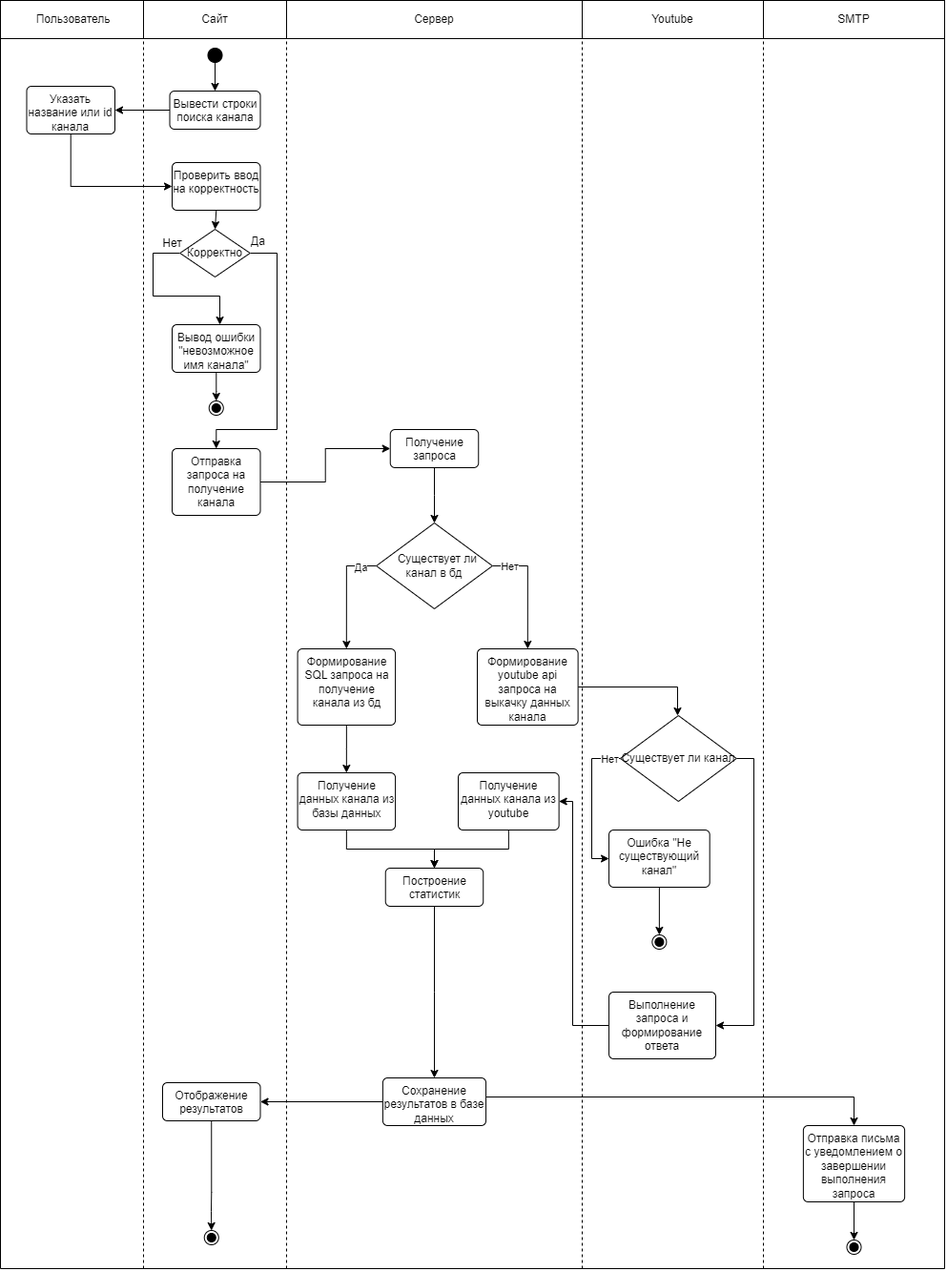
Hembos/YoutubeAnalytics keeps this draw.io diagram as docs/images/functional_diagram1.png. Above is the earlier version. Source tidied: cells renumbered, new cells last; positions are measured from the earlier drawing's top-left corner, leaving out a move shared by most shapes.
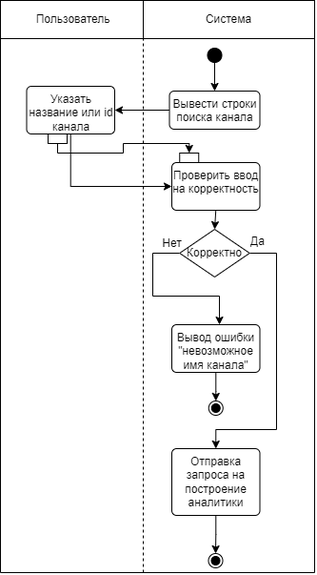
The same file after the commit.

Change to the diagram source:
```diff
@@ -5,39 +5,31 @@
     <mxCell id="2" value="&amp;nbsp;Пользователь" style="whiteSpace=wrap;html=1;align=center;" parent="1" vertex="1">
       <mxGeometry width="150" height="40" as="geometry" />
     </mxCell>
-    <mxCell id="3" value="Сайт" style="whiteSpace=wrap;html=1;align=center;" parent="1" vertex="1">
-      <mxGeometry x="150" width="150" height="40" as="geometry" />
-    </mxCell>
-    <mxCell id="4" value="Сервер" style="whiteSpace=wrap;html=1;align=center;" parent="1" vertex="1">
-      <mxGeometry x="300" width="310" height="40" as="geometry" />
-    </mxCell>
-    <mxCell id="5" style="endArrow=none;dashed=1;html=1;rounded=0;entryX=0;entryY=1;entryDx=0;entryDy=0;" parent="1" edge="1" target="3">
-      <mxGeometry relative="1" as="geometry">
-        <mxPoint x="150" y="1330" as="sourcePoint" />
-      </mxGeometry>
-    </mxCell>
-    <mxCell id="6" style="endArrow=none;dashed=1;html=1;rounded=0;entryX=1;entryY=1;entryDx=0;entryDy=0;" parent="1" edge="1">
-      <mxGeometry relative="1" as="geometry">
-        <mxPoint x="300" y="1330" as="sourcePoint" />
-        <mxPoint x="300" y="40" as="targetPoint" />
-      </mxGeometry>
-    </mxCell>
-    <mxCell id="7" style="endArrow=none;html=1;rounded=0;entryX=0;entryY=1;entryDx=0;entryDy=0;" parent="1" edge="1" target="2">
-      <mxGeometry relative="1" as="geometry">
-        <mxPoint y="1330" as="sourcePoint" />
-      </mxGeometry>
-    </mxCell>
-    <mxCell id="8" style="endArrow=none;html=1;rounded=0;entryX=1;entryY=1;entryDx=0;entryDy=0;" parent="1" edge="1" target="64">
-      <mxGeometry relative="1" as="geometry">
-        <mxPoint x="990" y="1330" as="sourcePoint" />
-      </mxGeometry>
-    </mxCell>
-    <mxCell id="9" style="edgeStyle=orthogonalEdgeStyle;rounded=0;jettySize=auto;html=1;" parent="1" edge="1" source="10" target="12">
-      <mxGeometry relative="1" as="geometry" />
-    </mxCell>
-    <mxCell id="10" style="ellipse;fillColor=strokeColor;html=1;" parent="1" vertex="1">
-      <mxGeometry x="217.5" y="50" width="15" height="15" as="geometry" />
-    </mxCell>
+    <mxCell id="67" value="Система" style="whiteSpace=wrap;html=1;align=center;" parent="1" vertex="1">
+      <mxGeometry x="150" width="180" height="40" as="geometry" />
+    </mxCell>
+    <mxCell id="68" style="endArrow=none;dashed=1;html=1;rounded=0;entryX=0;entryY=1;entryDx=0;entryDy=0;" parent="1" edge="1">
+      <mxGeometry relative="1" as="geometry">
+        <mxPoint x="150" y="600" as="sourcePoint" />
+        <mxPoint x="150" y="40" as="targetPoint" />
+      </mxGeometry>
+    </mxCell>
+    <mxCell id="69" style="endArrow=none;html=1;rounded=0;entryX=0;entryY=1;entryDx=0;entryDy=0;" parent="1" edge="1" target="2">
+      <mxGeometry relative="1" as="geometry">
+        <mxPoint y="600" as="sourcePoint" />
+      </mxGeometry>
+    </mxCell>
+    <mxCell id="70" style="endArrow=none;html=1;rounded=0;entryX=1;entryY=1;entryDx=0;entryDy=0;" parent="1" edge="1" target="67">
+      <mxGeometry relative="1" as="geometry">
+        <mxPoint x="330" y="600" as="sourcePoint" />
+      </mxGeometry>
+    </mxCell>
+    <mxCell id="71" style="edgeStyle=orthogonalEdgeStyle;rounded=0;jettySize=auto;html=1;" parent="1" edge="1" source="72" target="12">
+      <mxGeometry relative="1" as="geometry" />
+    </mxCell>
+    <mxCell id="72" style="ellipse;fillColor=strokeColor;html=1;" parent="1" vertex="1">
+      <mxGeometry x="217.5" y="50" width="15" height="15" as="geometry" />
+    </mxCell>
     <mxCell id="11" style="edgeStyle=orthogonalEdgeStyle;rounded=0;jettySize=auto;html=1;entryX=1;entryY=0.5;entryDx=0;entryDy=0;" parent="1" edge="1" source="12" target="14">
       <mxGeometry relative="1" as="geometry" />
     </mxCell>
@@ -69,201 +61,63 @@
         </Array>
       </mxGeometry>
     </mxCell>
-    <mxCell id="18" style="edgeStyle=orthogonalEdgeStyle;rounded=0;jettySize=auto;html=1;entryX=0.5;entryY=0;entryDx=0;entryDy=0;" parent="1" edge="1" source="19" target="24">
-      <mxGeometry relative="1" as="geometry">
-        <Array as="points">
-          <mxPoint x="290" y="265" />
-          <mxPoint x="290" y="450" />
-          <mxPoint x="226" y="450" />
-        </Array>
-      </mxGeometry>
-    </mxCell>
+    <mxCell id="73" style="edgeStyle=orthogonalEdgeStyle;rounded=0;jettySize=auto;html=1;entryX=0.5;entryY=0;entryDx=0;entryDy=0;" parent="1" edge="1" source="19" target="77">
+      <mxGeometry relative="1" as="geometry">
+        <Array as="points">
+          <mxPoint x="290" y="265" />
+          <mxPoint x="290" y="450" />
+          <mxPoint x="226" y="450" />
+        </Array>
+      </mxGeometry>
+    </mxCell>
     <mxCell id="19" value="Корректно" style="rhombus;whiteSpace=wrap;html=1;" parent="1" vertex="1">
       <mxGeometry x="188.2" y="240" width="73.5" height="50" as="geometry" />
     </mxCell>
-    <mxCell id="20" style="edgeStyle=orthogonalEdgeStyle;rounded=0;jettySize=auto;html=1;" parent="1" edge="1" source="21" target="22">
-      <mxGeometry relative="1" as="geometry" />
-    </mxCell>
+    <mxCell id="74" style="edgeStyle=orthogonalEdgeStyle;rounded=0;jettySize=auto;html=1;" parent="1" edge="1" source="21" target="75">
+      <mxGeometry relative="1" as="geometry" />
+    </mxCell>
     <mxCell id="21" value="Вывод ошибки &quot;невозможное имя канала&quot;" style="html=1;align=center;verticalAlign=top;rounded=1;absoluteArcSize=1;arcSize=10;dashed=0;whiteSpace=wrap;" parent="1" vertex="1">
       <mxGeometry x="180" y="340" width="92.5" height="50" as="geometry" />
     </mxCell>
-    <mxCell id="22" style="ellipse;html=1;shape=endState;fillColor=strokeColor;" parent="1" vertex="1">
-      <mxGeometry x="218.8" y="420" width="15" height="15" as="geometry" />
-    </mxCell>
-    <mxCell id="23" style="edgeStyle=orthogonalEdgeStyle;rounded=0;jettySize=auto;html=1;entryX=0;entryY=0.5;entryDx=0;entryDy=0;" parent="1" edge="1" source="24" target="28">
-      <mxGeometry relative="1" as="geometry" />
-    </mxCell>
-    <mxCell id="24" value="Отправка запроса на получение канала" style="html=1;align=center;verticalAlign=top;rounded=1;absoluteArcSize=1;arcSize=10;dashed=0;whiteSpace=wrap;" parent="1" vertex="1">
-      <mxGeometry x="180" y="470" width="92.5" height="70" as="geometry" />
-    </mxCell>
+    <mxCell id="75" style="ellipse;html=1;shape=endState;fillColor=strokeColor;" parent="1" vertex="1">
+      <mxGeometry x="218.8" y="420" width="15" height="15" as="geometry" />
+    </mxCell>
+    <mxCell id="76" style="edgeStyle=orthogonalEdgeStyle;rounded=0;jettySize=auto;html=1;entryX=0.5;entryY=0;entryDx=0;entryDy=0;" parent="1" edge="1" source="77" target="82">
+      <mxGeometry relative="1" as="geometry" />
+    </mxCell>
+    <mxCell id="77" value="Отправка запроса на построение аналитики" style="html=1;align=center;verticalAlign=top;rounded=1;absoluteArcSize=1;arcSize=10;dashed=0;whiteSpace=wrap;" parent="1" vertex="1">
+      <mxGeometry x="180" y="470" width="92.5" height="70" as="geometry" />
+    </mxCell>
     <mxCell id="25" value="Нет" style="text;html=1;align=center;verticalAlign=middle;strokeColor=none;fillColor=none;" parent="1" vertex="1">
       <mxGeometry x="160" y="240" width="40" height="30" as="geometry" />
     </mxCell>
     <mxCell id="26" value="Да" style="text;html=1;align=center;verticalAlign=middle;strokeColor=none;fillColor=none;" parent="1" vertex="1">
       <mxGeometry x="250" y="238" width="40" height="30" as="geometry" />
     </mxCell>
-    <mxCell id="27" style="edgeStyle=orthogonalEdgeStyle;rounded=0;jettySize=auto;html=1;entryX=0.5;entryY=0;entryDx=0;entryDy=0;" parent="1" edge="1" source="28" target="35">
-      <mxGeometry relative="1" as="geometry" />
-    </mxCell>
-    <mxCell id="28" value="Получение запроса" style="html=1;align=center;verticalAlign=top;rounded=1;absoluteArcSize=1;arcSize=10;dashed=0;whiteSpace=wrap;" parent="1" vertex="1">
-      <mxGeometry x="408.8" y="450" width="92.5" height="40" as="geometry" />
-    </mxCell>
-    <mxCell id="29" style="edgeStyle=orthogonalEdgeStyle;rounded=0;jettySize=auto;html=1;entryX=0.5;entryY=0;entryDx=0;entryDy=0;" parent="1" edge="1" source="30" target="58">
-      <mxGeometry relative="1" as="geometry">
-        <Array as="points">
-          <mxPoint x="710" y="720" />
-          <mxPoint x="710" y="750" />
-        </Array>
-      </mxGeometry>
-    </mxCell>
-    <mxCell id="30" value="Формирование youtube api запроса на выкачку данных канала" style="html=1;align=center;verticalAlign=top;rounded=1;absoluteArcSize=1;arcSize=10;dashed=0;whiteSpace=wrap;" parent="1" vertex="1">
-      <mxGeometry x="500" y="680" width="105.6" height="80" as="geometry" />
-    </mxCell>
-    <mxCell id="31" style="edgeStyle=orthogonalEdgeStyle;rounded=0;jettySize=auto;html=1;exitX=0;exitY=0.5;exitDx=0;exitDy=0;entryX=0.5;entryY=0;entryDx=0;entryDy=0;" parent="1" edge="1" source="35" target="37">
-      <mxGeometry relative="1" as="geometry" />
-    </mxCell>
-    <mxCell id="32" value="Да" style="edgeLabel;html=1;align=center;verticalAlign=middle;" parent="31" vertex="1">
-      <mxGeometry x="-0.71" y="1" relative="1" as="geometry" />
-    </mxCell>
-    <mxCell id="33" style="edgeStyle=orthogonalEdgeStyle;rounded=0;jettySize=auto;html=1;entryX=0.5;entryY=0;entryDx=0;entryDy=0;" parent="1" edge="1" source="35" target="30">
-      <mxGeometry relative="1" as="geometry">
-        <Array as="points">
-          <mxPoint x="553" y="593" />
-        </Array>
-      </mxGeometry>
-    </mxCell>
-    <mxCell id="34" value="Нет" style="edgeLabel;html=1;align=center;verticalAlign=middle;" parent="33" vertex="1">
-      <mxGeometry x="-0.71" relative="1" as="geometry" />
-    </mxCell>
-    <mxCell id="35" value="&amp;nbsp; Существует ли канал в бд" style="rhombus;whiteSpace=wrap;html=1;" parent="1" vertex="1">
-      <mxGeometry x="394.1" y="548" width="121.8" height="90" as="geometry" />
-    </mxCell>
-    <mxCell id="36" style="edgeStyle=orthogonalEdgeStyle;rounded=0;jettySize=auto;html=1;entryX=0.5;entryY=0;entryDx=0;entryDy=0;" parent="1" edge="1" source="37" target="41">
-      <mxGeometry relative="1" as="geometry" />
-    </mxCell>
-    <mxCell id="37" value="Формирование SQL запроса на получение канала из бд" style="html=1;align=center;verticalAlign=top;rounded=1;absoluteArcSize=1;arcSize=10;dashed=0;whiteSpace=wrap;" parent="1" vertex="1">
-      <mxGeometry x="311.6" y="680" width="102.5" height="80" as="geometry" />
-    </mxCell>
-    <mxCell id="38" style="edgeStyle=orthogonalEdgeStyle;rounded=0;jettySize=auto;html=1;entryX=0.5;entryY=0;entryDx=0;entryDy=0;" parent="1" edge="1" source="39" target="43">
-      <mxGeometry relative="1" as="geometry" />
-    </mxCell>
-    <mxCell id="39" value="Получение данных канала из youtube" style="html=1;align=center;verticalAlign=top;rounded=1;absoluteArcSize=1;arcSize=10;dashed=0;whiteSpace=wrap;" parent="1" vertex="1">
-      <mxGeometry x="480" y="810" width="105.6" height="60" as="geometry" />
-    </mxCell>
-    <mxCell id="40" style="edgeStyle=orthogonalEdgeStyle;rounded=0;jettySize=auto;html=1;entryX=0.5;entryY=0;entryDx=0;entryDy=0;" parent="1" edge="1" source="41" target="43">
-      <mxGeometry relative="1" as="geometry" />
-    </mxCell>
-    <mxCell id="41" value="Получение данных канала из базы данных" style="html=1;align=center;verticalAlign=top;rounded=1;absoluteArcSize=1;arcSize=10;dashed=0;whiteSpace=wrap;" parent="1" vertex="1">
-      <mxGeometry x="311.6" y="810" width="102.5" height="60" as="geometry" />
-    </mxCell>
-    <mxCell id="42" style="edgeStyle=orthogonalEdgeStyle;rounded=0;jettySize=auto;html=1;entryX=0.5;entryY=0;entryDx=0;entryDy=0;" parent="1" edge="1" source="43" target="50">
-      <mxGeometry relative="1" as="geometry" />
-    </mxCell>
-    <mxCell id="43" value="Построение статистик" style="html=1;align=center;verticalAlign=top;rounded=1;absoluteArcSize=1;arcSize=10;dashed=0;whiteSpace=wrap;" parent="1" vertex="1">
-      <mxGeometry x="403.7" y="910" width="102.5" height="40" as="geometry" />
-    </mxCell>
-    <mxCell id="44" style="edgeStyle=orthogonalEdgeStyle;rounded=0;jettySize=auto;html=1;" parent="1" edge="1" source="45" target="66">
-      <mxGeometry relative="1" as="geometry" />
-    </mxCell>
-    <mxCell id="45" value="Отправка письма с уведомлением о завершении выполнения запроса" style="html=1;align=center;verticalAlign=top;rounded=1;absoluteArcSize=1;arcSize=10;dashed=0;whiteSpace=wrap;" parent="1" vertex="1">
-      <mxGeometry x="841.9" y="1180" width="106.2" height="80" as="geometry" />
-    </mxCell>
-    <mxCell id="46" style="edgeStyle=orthogonalEdgeStyle;rounded=0;jettySize=auto;html=1;entryX=0.5;entryY=0;entryDx=0;entryDy=0;exitX=0.5;exitY=1;exitDx=0;exitDy=0;" parent="1" edge="1" source="47" target="51">
-      <mxGeometry relative="1" as="geometry">
-        <Array as="points">
-          <mxPoint x="221" y="1250" />
-          <mxPoint x="221" y="1270" />
-          <mxPoint x="225" y="1270" />
-        </Array>
-      </mxGeometry>
-    </mxCell>
-    <mxCell id="47" value="Отображение результатов" style="html=1;align=center;verticalAlign=top;rounded=1;absoluteArcSize=1;arcSize=10;dashed=0;whiteSpace=wrap;" parent="1" vertex="1">
-      <mxGeometry x="170" y="1135" width="102.5" height="40" as="geometry" />
-    </mxCell>
-    <mxCell id="48" style="edgeStyle=orthogonalEdgeStyle;rounded=0;jettySize=auto;html=1;entryX=0.5;entryY=0;entryDx=0;entryDy=0;" parent="1" edge="1" source="50" target="45">
-      <mxGeometry relative="1" as="geometry">
-        <Array as="points">
-          <mxPoint x="895" y="1150" />
-        </Array>
-      </mxGeometry>
-    </mxCell>
-    <mxCell id="49" style="edgeStyle=orthogonalEdgeStyle;rounded=0;jettySize=auto;html=1;entryX=1;entryY=0.5;entryDx=0;entryDy=0;" parent="1" edge="1" source="50" target="47">
-      <mxGeometry relative="1" as="geometry" />
-    </mxCell>
-    <mxCell id="50" value="Сохранение результатов в базе данных" style="html=1;align=center;verticalAlign=top;rounded=1;absoluteArcSize=1;arcSize=10;dashed=0;whiteSpace=wrap;" parent="1" vertex="1">
-      <mxGeometry x="400.9" y="1130" width="108.1" height="50" as="geometry" />
-    </mxCell>
-    <mxCell id="51" style="ellipse;html=1;shape=endState;fillColor=strokeColor;" parent="1" vertex="1">
-      <mxGeometry x="213.8" y="1290" width="15" height="15" as="geometry" />
-    </mxCell>
-    <mxCell id="52" style="endArrow=none;html=1;rounded=0;" parent="1" edge="1">
-      <mxGeometry relative="1" as="geometry">
-        <mxPoint y="1330" as="sourcePoint" />
-        <mxPoint x="990" y="1330" as="targetPoint" />
-      </mxGeometry>
-    </mxCell>
-    <mxCell id="53" value="Youtube" style="whiteSpace=wrap;html=1;align=center;" parent="1" vertex="1">
-      <mxGeometry x="610" width="190" height="40" as="geometry" />
-    </mxCell>
-    <mxCell id="54" style="endArrow=none;dashed=1;html=1;rounded=0;entryX=1;entryY=1;entryDx=0;entryDy=0;" parent="1" edge="1" target="53">
-      <mxGeometry relative="1" as="geometry">
-        <mxPoint x="800" y="1330" as="sourcePoint" />
-      </mxGeometry>
-    </mxCell>
-    <mxCell id="55" style="edgeStyle=orthogonalEdgeStyle;rounded=0;jettySize=auto;html=1;entryX=0;entryY=0.5;entryDx=0;entryDy=0;" parent="1" edge="1" source="58" target="60">
-      <mxGeometry relative="1" as="geometry">
-        <Array as="points">
-          <mxPoint x="620" y="795" />
-          <mxPoint x="620" y="900" />
-        </Array>
-      </mxGeometry>
-    </mxCell>
-    <mxCell id="56" value="Нет" style="edgeLabel;html=1;align=center;verticalAlign=middle;" parent="55" vertex="1">
-      <mxGeometry x="-0.88" y="1" relative="1" as="geometry">
-        <mxPoint x="-3" y="-1" as="offset" />
-      </mxGeometry>
-    </mxCell>
-    <mxCell id="57" style="edgeStyle=orthogonalEdgeStyle;rounded=0;jettySize=auto;html=1;entryX=1;entryY=0.5;entryDx=0;entryDy=0;" parent="1" edge="1" source="58" target="62">
-      <mxGeometry relative="1" as="geometry">
-        <Array as="points">
-          <mxPoint x="790" y="795" />
-          <mxPoint x="790" y="1075" />
-        </Array>
-      </mxGeometry>
-    </mxCell>
-    <mxCell id="58" value="Существует ли канал" style="rhombus;whiteSpace=wrap;html=1;" parent="1" vertex="1">
-      <mxGeometry x="650" y="750" width="121.8" height="90" as="geometry" />
-    </mxCell>
-    <mxCell id="59" style="edgeStyle=orthogonalEdgeStyle;rounded=0;jettySize=auto;html=1;entryX=0.5;entryY=0;entryDx=0;entryDy=0;" parent="1" edge="1" source="60" target="63">
-      <mxGeometry relative="1" as="geometry" />
-    </mxCell>
-    <mxCell id="60" value="Ошибка &quot;Не существующий канал&quot;" style="html=1;align=center;verticalAlign=top;rounded=1;absoluteArcSize=1;arcSize=10;dashed=0;whiteSpace=wrap;" parent="1" vertex="1">
-      <mxGeometry x="638.1" y="870" width="105.6" height="60" as="geometry" />
-    </mxCell>
-    <mxCell id="61" style="edgeStyle=orthogonalEdgeStyle;rounded=0;jettySize=auto;html=1;entryX=1;entryY=0.5;entryDx=0;entryDy=0;" parent="1" edge="1" source="62" target="39">
-      <mxGeometry relative="1" as="geometry">
-        <Array as="points">
-          <mxPoint x="600" y="1075" />
-          <mxPoint x="600" y="840" />
-        </Array>
-      </mxGeometry>
-    </mxCell>
-    <mxCell id="62" value="Выполнение запроса и формирование ответа" style="html=1;align=center;verticalAlign=top;rounded=1;absoluteArcSize=1;arcSize=10;dashed=0;whiteSpace=wrap;" parent="1" vertex="1">
-      <mxGeometry x="638.1" y="1040" width="111.9" height="70" as="geometry" />
-    </mxCell>
-    <mxCell id="63" style="ellipse;html=1;shape=endState;fillColor=strokeColor;" parent="1" vertex="1">
-      <mxGeometry x="683.4" y="980" width="15" height="15" as="geometry" />
-    </mxCell>
-    <mxCell id="64" value="SMTP" style="whiteSpace=wrap;html=1;align=center;" parent="1" vertex="1">
-      <mxGeometry x="800" width="190" height="40" as="geometry" />
-    </mxCell>
-    <mxCell id="65" style="endArrow=none;dashed=1;html=1;rounded=0;entryX=0;entryY=1;entryDx=0;entryDy=0;" parent="1" edge="1" target="53">
-      <mxGeometry relative="1" as="geometry">
-        <mxPoint x="610" y="1330" as="sourcePoint" />
-      </mxGeometry>
-    </mxCell>
-    <mxCell id="66" style="ellipse;html=1;shape=endState;fillColor=strokeColor;" parent="1" vertex="1">
-      <mxGeometry x="887.5" y="1300" width="15" height="15" as="geometry" />
-    </mxCell>
+    <mxCell id="78" style="rounded=0;whiteSpace=wrap;html=1;" parent="1" vertex="1">
+      <mxGeometry x="188.2" y="160" width="20" height="10" as="geometry" />
+    </mxCell>
+    <mxCell id="79" style="rounded=0;whiteSpace=wrap;html=1;" parent="1" vertex="1">
+      <mxGeometry x="50" y="140" width="20" height="10" as="geometry" />
+    </mxCell>
+    <mxCell id="80" style="edgeStyle=orthogonalEdgeStyle;rounded=0;jettySize=auto;html=1;entryX=0.5;entryY=0;entryDx=0;entryDy=0;" parent="1" edge="1" source="79" target="78">
+      <mxGeometry relative="1" as="geometry">
+        <Array as="points">
+          <mxPoint x="60" y="160" />
+          <mxPoint x="129" y="160" />
+          <mxPoint x="129" y="150" />
+          <mxPoint x="198" y="150" />
+        </Array>
+      </mxGeometry>
+    </mxCell>
+    <mxCell id="81" style="endArrow=none;html=1;rounded=0;" parent="1" edge="1">
+      <mxGeometry relative="1" as="geometry">
+        <mxPoint y="600" as="sourcePoint" />
+        <mxPoint x="330" y="600" as="targetPoint" />
+      </mxGeometry>
+    </mxCell>
+    <mxCell id="82" style="ellipse;html=1;shape=endState;fillColor=strokeColor;" parent="1" vertex="1">
+      <mxGeometry x="218.5" y="580" width="15" height="15" as="geometry" />
+    </mxCell>
   </root>
 </mxGraphModel>
```
